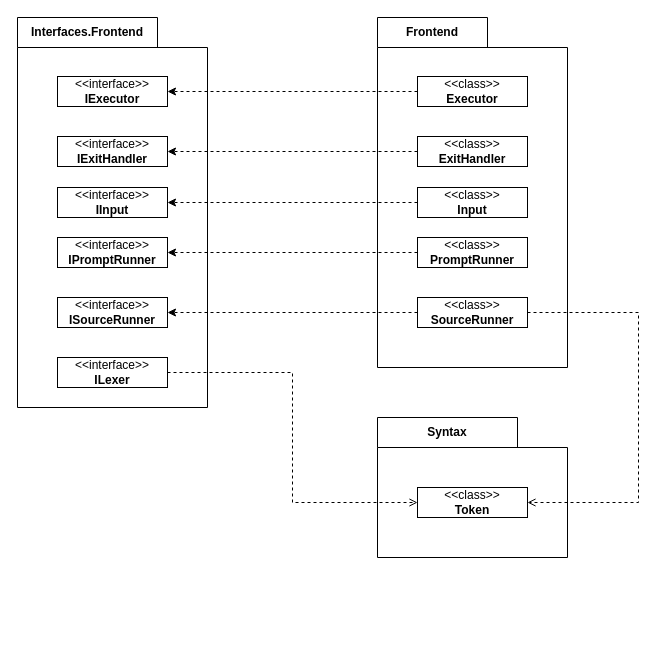
This is cslox/doc/uml-package-diagram.drawio from sradms0/lox, a draw.io file, before an edit. Source tidied: cells renumbered, new cells numbered last; positions are measured from the earlier drawing's top-left corner, leaving out a move shared by most shapes. Both pictures are drawn from the tidied source at 100%, with x=0, y=0 at pixel (17, 17).
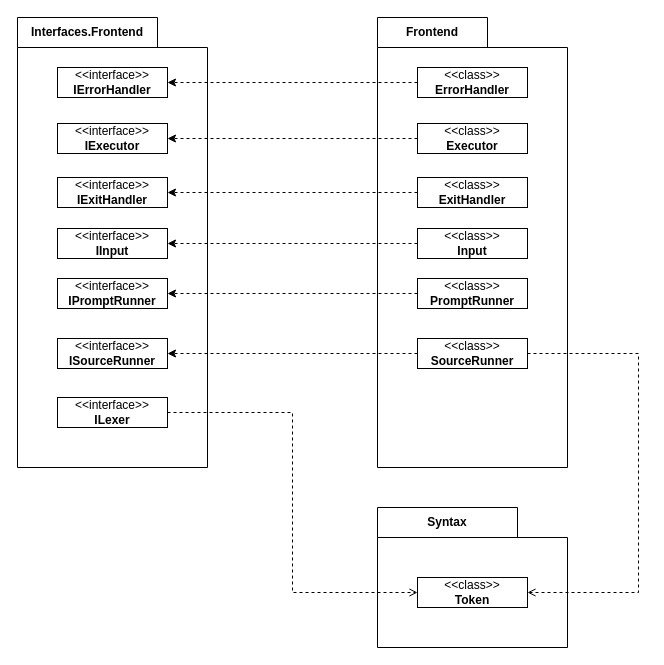
The same page after the edit.

Commit message (it also covers changes not shown here):
4.1.1: Add ErrorHandler IErrorHandler implementation unit test (fail).

The change refers to these unchanged cells:
```xml
<mxCell id="21" value="&lt;div&gt;&amp;lt;&amp;lt;class&amp;gt;&amp;gt;&lt;/div&gt;&lt;b&gt;Token&lt;/b&gt;" style="html=1;whiteSpace=wrap;" parent="20" vertex="1">
  <mxGeometry x="40" y="70" width="110" height="30" as="geometry" />
</mxCell>
```

Change to the diagram source:
```diff
@@
     <mxCell id="2" value="Interfaces.Frontend" style="shape=folder;fontStyle=1;tabWidth=140;tabHeight=30;tabPosition=left;html=1;boundedLbl=1;labelInHeader=1;whiteSpace=wrap;" parent="1" vertex="1">
-      <mxGeometry width="190" height="390" as="geometry" />
+      <mxGeometry width="190" height="450" as="geometry" />
     </mxCell>
     <mxCell id="3" value="&lt;div&gt;&amp;lt;&amp;lt;interface&amp;gt;&amp;gt;&lt;/div&gt;&lt;b&gt;IExecutor&lt;/b&gt;" style="html=1;whiteSpace=wrap;" parent="2" vertex="1">
-      <mxGeometry x="40" y="59" width="110" height="30" as="geometry" />
+      <mxGeometry x="40" y="106" width="110" height="30" as="geometry" />
     </mxCell>
     <mxCell id="4" value="&lt;div&gt;&amp;lt;&amp;lt;interface&amp;gt;&amp;gt;&lt;/div&gt;&lt;b&gt;IExitHandler&lt;/b&gt;" style="html=1;whiteSpace=wrap;" parent="2" vertex="1">
-      <mxGeometry x="40" y="119" width="110" height="30" as="geometry" />
+      <mxGeometry x="40" y="160" width="110" height="30" as="geometry" />
     </mxCell>
     <mxCell id="5" value="&lt;div&gt;&amp;lt;&amp;lt;interface&amp;gt;&amp;gt;&lt;/div&gt;&lt;b&gt;IPromptRunner&lt;/b&gt;" style="html=1;whiteSpace=wrap;" parent="2" vertex="1">
-      <mxGeometry x="40" y="220" width="110" height="30" as="geometry" />
+      <mxGeometry x="40" y="261" width="110" height="30" as="geometry" />
     </mxCell>
     <mxCell id="6" value="&lt;div&gt;&amp;lt;&amp;lt;interface&amp;gt;&amp;gt;&lt;/div&gt;&lt;b&gt;ISourceRunner&lt;/b&gt;" style="html=1;whiteSpace=wrap;" parent="2" vertex="1">
-      <mxGeometry x="40" y="280" width="110" height="30" as="geometry" />
+      <mxGeometry x="40" y="321" width="110" height="30" as="geometry" />
     </mxCell>
     <mxCell id="7" value="&lt;div&gt;&amp;lt;&amp;lt;interface&amp;gt;&amp;gt;&lt;/div&gt;&lt;b&gt;IInput&lt;/b&gt;" style="html=1;whiteSpace=wrap;" parent="2" vertex="1">
-      <mxGeometry x="40" y="170" width="110" height="30" as="geometry" />
+      <mxGeometry x="40" y="211" width="110" height="30" as="geometry" />
     </mxCell>
     <mxCell id="8" value="&lt;div&gt;&amp;lt;&amp;lt;interface&amp;gt;&amp;gt;&lt;/div&gt;&lt;b&gt;ILexer&lt;/b&gt;" style="html=1;whiteSpace=wrap;" parent="2" vertex="1">
-      <mxGeometry x="40" y="340" width="110" height="30" as="geometry" />
+      <mxGeometry x="40" y="380" width="110" height="30" as="geometry" />
     </mxCell>
+    <mxCell id="24" value="&lt;div&gt;&amp;lt;&amp;lt;interface&amp;gt;&amp;gt;&lt;/div&gt;&lt;b&gt;IErrorHandler&lt;/b&gt;" style="html=1;whiteSpace=wrap;" parent="2" vertex="1">
+      <mxGeometry x="40" y="50" width="110" height="30" as="geometry" />
+    </mxCell>
     <mxCell id="9" value="Frontend" style="shape=folder;fontStyle=1;tabWidth=110;tabHeight=30;tabPosition=left;html=1;boundedLbl=1;labelInHeader=1;whiteSpace=wrap;" parent="1" vertex="1">
-      <mxGeometry x="360" width="190" height="350" as="geometry" />
+      <mxGeometry x="360" width="190" height="450" as="geometry" />
     </mxCell>
     <mxCell id="10" value="&lt;div&gt;&lt;span style=&quot;background-color: transparent; color: light-dark(rgb(0, 0, 0), rgb(255, 255, 255));&quot;&gt;&amp;lt;&amp;lt;class&amp;gt;&amp;gt;&lt;/span&gt;&lt;/div&gt;&lt;div&gt;&lt;b style=&quot;background-color: transparent; color: light-dark(rgb(0, 0, 0), rgb(255, 255, 255));&quot;&gt;Executor&lt;/b&gt;&lt;/div&gt;" style="html=1;whiteSpace=wrap;" parent="9" vertex="1">
-      <mxGeometry x="40" y="59" width="110" height="30" as="geometry" />
+      <mxGeometry x="40" y="106" width="110" height="30" as="geometry" />
     </mxCell>
     <mxCell id="11" value="&lt;div&gt;&amp;lt;&amp;lt;class&amp;gt;&amp;gt;&lt;/div&gt;&lt;b&gt;ExitHandler&lt;/b&gt;" style="html=1;whiteSpace=wrap;" parent="9" vertex="1">
-      <mxGeometry x="40" y="119" width="110" height="30" as="geometry" />
+      <mxGeometry x="40" y="160" width="110" height="30" as="geometry" />
     </mxCell>
     <mxCell id="12" value="&lt;div&gt;&amp;lt;&amp;lt;class&amp;gt;&amp;gt;&lt;/div&gt;&lt;b&gt;PromptRunner&lt;/b&gt;" style="html=1;whiteSpace=wrap;" parent="9" vertex="1">
-      <mxGeometry x="40" y="220" width="110" height="30" as="geometry" />
+      <mxGeometry x="40" y="261" width="110" height="30" as="geometry" />
     </mxCell>
     <mxCell id="13" value="&lt;div&gt;&amp;lt;&amp;lt;class&amp;gt;&amp;gt;&lt;/div&gt;&lt;b&gt;SourceRunner&lt;/b&gt;" style="html=1;whiteSpace=wrap;" parent="9" vertex="1">
-      <mxGeometry x="40" y="280" width="110" height="30" as="geometry" />
+      <mxGeometry x="40" y="321" width="110" height="30" as="geometry" />
     </mxCell>
     <mxCell id="14" value="&lt;div&gt;&amp;lt;&amp;lt;class&amp;gt;&amp;gt;&lt;/div&gt;&lt;b&gt;Input&lt;/b&gt;" style="html=1;whiteSpace=wrap;" parent="9" vertex="1">
-      <mxGeometry x="40" y="170" width="110" height="30" as="geometry" />
+      <mxGeometry x="40" y="211" width="110" height="30" as="geometry" />
     </mxCell>
+    <mxCell id="25" value="&lt;div&gt;&lt;span style=&quot;background-color: transparent; color: light-dark(rgb(0, 0, 0), rgb(255, 255, 255));&quot;&gt;&amp;lt;&amp;lt;class&amp;gt;&amp;gt;&lt;/span&gt;&lt;/div&gt;&lt;div&gt;&lt;b style=&quot;background-color: transparent; color: light-dark(rgb(0, 0, 0), rgb(255, 255, 255));&quot;&gt;ErrorHandler&lt;/b&gt;&lt;/div&gt;" style="html=1;whiteSpace=wrap;" parent="9" vertex="1">
+      <mxGeometry x="40" y="50" width="110" height="30" as="geometry" />
+    </mxCell>
@@
     <mxCell id="20" value="Syntax" style="shape=folder;fontStyle=1;tabWidth=140;tabHeight=30;tabPosition=left;html=1;boundedLbl=1;labelInHeader=1;whiteSpace=wrap;" parent="1" vertex="1">
-      <mxGeometry x="360" y="400" width="190" height="140" as="geometry" />
+      <mxGeometry x="360" y="490" width="190" height="140" as="geometry" />
     </mxCell>
@@
     <mxCell id="23" style="edgeStyle=orthogonalEdgeStyle;shape=connector;rounded=0;jettySize=auto;html=1;entryX=1;entryY=0.5;entryDx=0;entryDy=0;dashed=1;strokeColor=default;align=center;verticalAlign=middle;fontFamily=Helvetica;fontSize=11;fontColor=default;labelBackgroundColor=default;endArrow=open;endFill=0;" parent="1" edge="1" source="13" target="21">
       <mxGeometry relative="1" as="geometry">
         <Array as="points">
-          <mxPoint x="621" y="295" />
-          <mxPoint x="621" y="485" />
+          <mxPoint x="621" y="336" />
+          <mxPoint x="621" y="575" />
         </Array>
       </mxGeometry>
     </mxCell>
+    <mxCell id="26" style="edgeStyle=orthogonalEdgeStyle;shape=connector;rounded=0;jettySize=auto;html=1;dashed=1;strokeColor=default;align=center;verticalAlign=middle;fontFamily=Helvetica;fontSize=11;fontColor=default;labelBackgroundColor=default;endArrow=classic;" parent="1" edge="1" source="25" target="24">
+      <mxGeometry relative="1" as="geometry" />
+    </mxCell>
```
